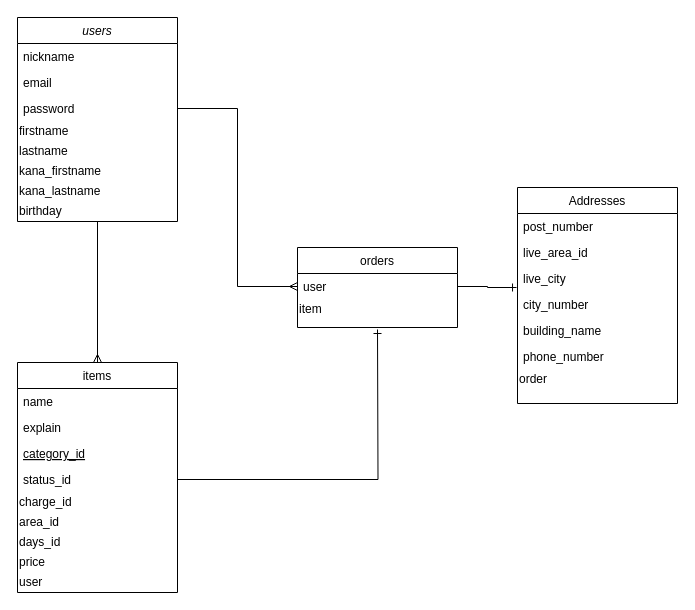
Kefujimoto/furima-29822 keeps this draw.io diagram as furima.dio. Above is the earlier version. Source tidied: cells renumbered, new cells numbered last; positions are measured from the earlier drawing's top-left corner, leaving out a move shared by most shapes. Both pictures are drawn from the tidied source at 100%, with x=0, y=0 at pixel (17, 17).
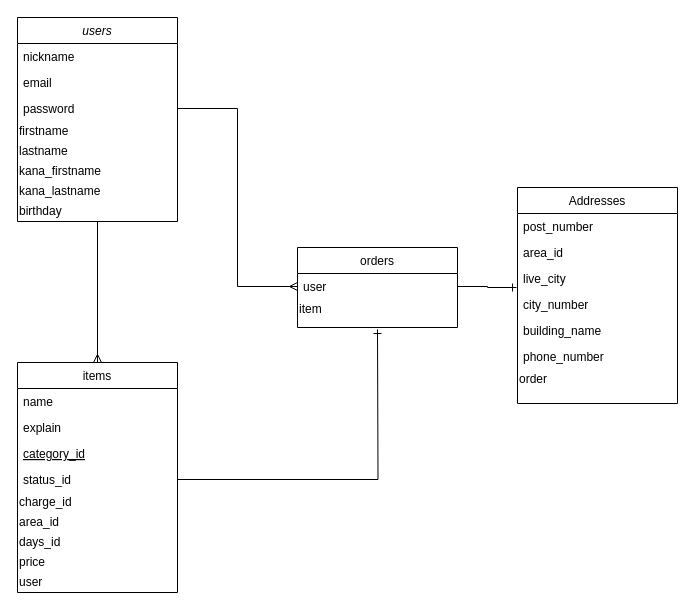
Above is the later version.

Commit message (it also covers changes not shown here):
テーブル設計

The change refers to these unchanged cells:
```xml
<mxCell id="28" value="Addresses" style="swimlane;fontStyle=0;align=center;verticalAlign=top;horizontal=1;startSize=26;rounded=0;shadow=0;strokeWidth=1;" parent="1" vertex="1">
  <mxGeometry x="500" y="170" width="160" height="216" as="geometry" />
</mxCell>
```

Change to the diagram source:
```diff
@@
-    <mxCell id="30" value="live_area_id" style="text;align=left;verticalAlign=top;spacingLeft=4;spacingRight=4;overflow=hidden;rounded=0;shadow=0;html=0;" parent="28" vertex="1">
+    <mxCell id="30" value="area_id" style="text;align=left;verticalAlign=top;spacingLeft=4;spacingRight=4;overflow=hidden;rounded=0;shadow=0;html=0;" parent="28" vertex="1">
       <mxGeometry y="52" width="160" height="26" as="geometry" />
     </mxCell>
```
